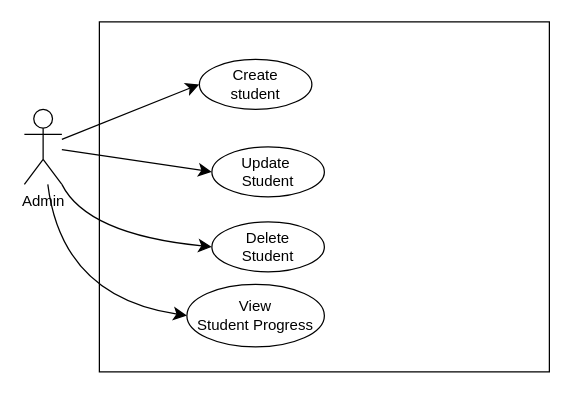
This is page "Use case dosen" (1 of 2) of public/img/UML monitoring.drawio from reyfuu/monitoring, a draw.io file, before an edit. Source tidied: cells renumbered, new cells numbered last; positions are measured from the earlier drawing's top-left corner, leaving out a move shared by most shapes. Both pictures are drawn from the tidied source at 125%, with x=0, y=0 at pixel (24, 21).
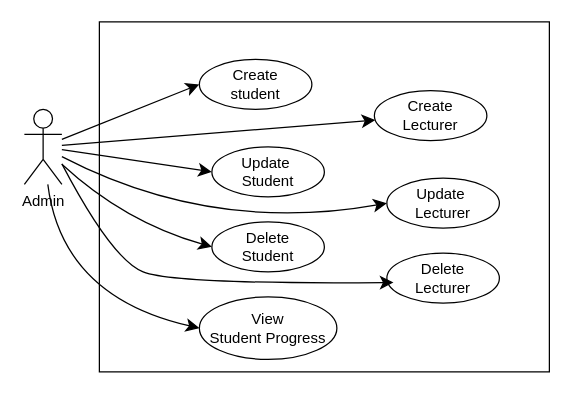
Above is the later version.

Commit message:
update use case admin

The change refers to these unchanged cells:
```xml
<mxCell id="7" value="Admin" style="shape=umlActor;verticalLabelPosition=bottom;verticalAlign=top;html=1;outlineConnect=0;" parent="1" vertex="1">
  <mxGeometry y="70" width="30" height="60" as="geometry" />
</mxCell>
<mxCell id="10" value="Delete&lt;br&gt;Student" style="ellipse;whiteSpace=wrap;html=1;" parent="1" vertex="1">
  <mxGeometry x="150" y="160" width="90" height="40" as="geometry" />
</mxCell>
```

What changed in the source:
```diff
@@
+    <mxCell id="12" style="edgeStyle=none;curved=1;rounded=0;jettySize=auto;html=1;fontSize=12;startSize=8;endSize=8;" parent="1" edge="1" source="7" target="14">
+      <mxGeometry relative="1" as="geometry" />
+    </mxCell>
+    <mxCell id="13" style="edgeStyle=none;curved=1;rounded=0;jettySize=auto;html=1;entryX=0;entryY=0.5;entryDx=0;entryDy=0;fontSize=12;startSize=8;endSize=8;" parent="1" edge="1" source="7" target="15">
+      <mxGeometry relative="1" as="geometry">
+        <Array as="points">
+          <mxPoint x="150" y="170" />
+        </Array>
+      </mxGeometry>
+    </mxCell>
     <mxCell id="6" style="edgeStyle=none;curved=1;rounded=0;jettySize=auto;html=1;entryX=0;entryY=0.5;entryDx=0;entryDy=0;fontSize=12;startSize=8;endSize=8;" parent="1" edge="1" source="7" target="10">
       <mxGeometry relative="1" as="geometry">
         <Array as="points">
-          <mxPoint x="50" y="170" />
+          <mxPoint x="80" y="160" />
         </Array>
       </mxGeometry>
     </mxCell>
@@
     <mxCell id="11" value="View&lt;br&gt;Student Progress" style="ellipse;whiteSpace=wrap;html=1;" parent="1" vertex="1">
-      <mxGeometry x="130" y="210" width="110" height="50" as="geometry" />
+      <mxGeometry x="140" y="220" width="110" height="50" as="geometry" />
     </mxCell>
+    <mxCell id="14" value="Create&lt;br&gt;Lecturer" style="ellipse;whiteSpace=wrap;html=1;" parent="1" vertex="1">
+      <mxGeometry x="280" y="55" width="90" height="40" as="geometry" />
+    </mxCell>
+    <mxCell id="15" value="Update&amp;nbsp;&lt;br&gt;Lecturer" style="ellipse;whiteSpace=wrap;html=1;" parent="1" vertex="1">
+      <mxGeometry x="290" y="125" width="90" height="40" as="geometry" />
+    </mxCell>
+    <mxCell id="16" value="Delete&lt;br&gt;Lecturer" style="ellipse;whiteSpace=wrap;html=1;" parent="1" vertex="1">
+      <mxGeometry x="290" y="185" width="90" height="40" as="geometry" />
+    </mxCell>
+    <mxCell id="17" style="edgeStyle=none;curved=1;rounded=0;orthogonalLoop=1;jettySize=auto;html=1;entryX=0.059;entryY=0.712;entryDx=0;entryDy=0;entryPerimeter=0;fontSize=12;startSize=8;endSize=8;" parent="1" edge="1">
+      <mxGeometry relative="1" as="geometry">
+        <mxPoint x="30" y="113.6" as="sourcePoint" />
+        <mxPoint x="295.3" y="208.5" as="targetPoint" />
+        <Array as="points">
+          <mxPoint x="70" y="190" />
+          <mxPoint x="120" y="210" />
+        </Array>
+      </mxGeometry>
+    </mxCell>
```
